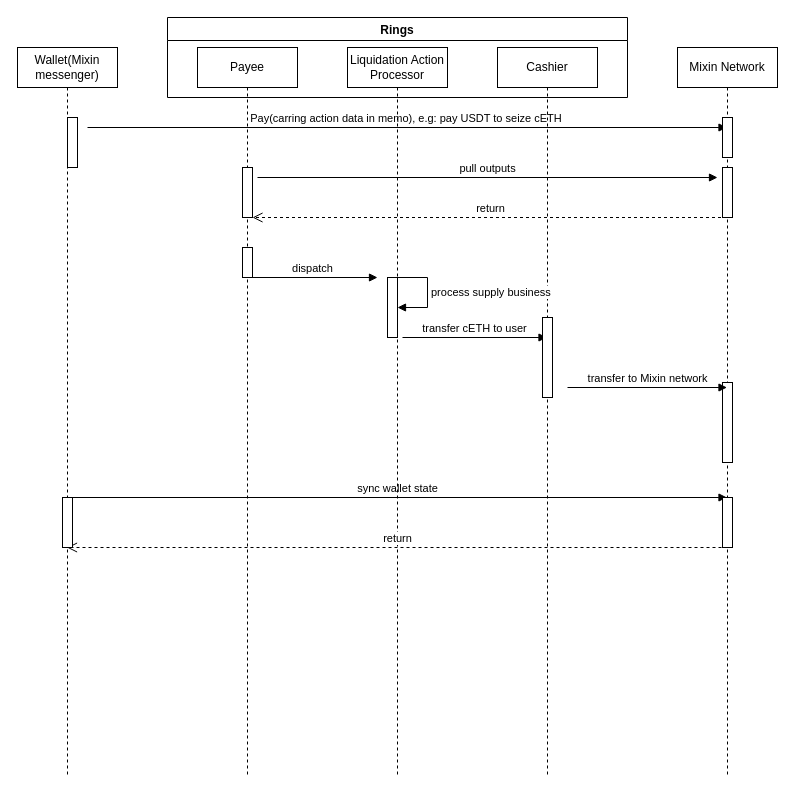
fox-one/compound keeps this draw.io diagram as docs/images/tl_liquidation.drawio. Above is the earlier version. Source tidied: cells renumbered, new cells numbered last; positions are measured from the earlier drawing's top-left corner, leaving out a move shared by most shapes. Both pictures are drawn from the tidied source at 100%, with x=0, y=0 at pixel (17, 17).
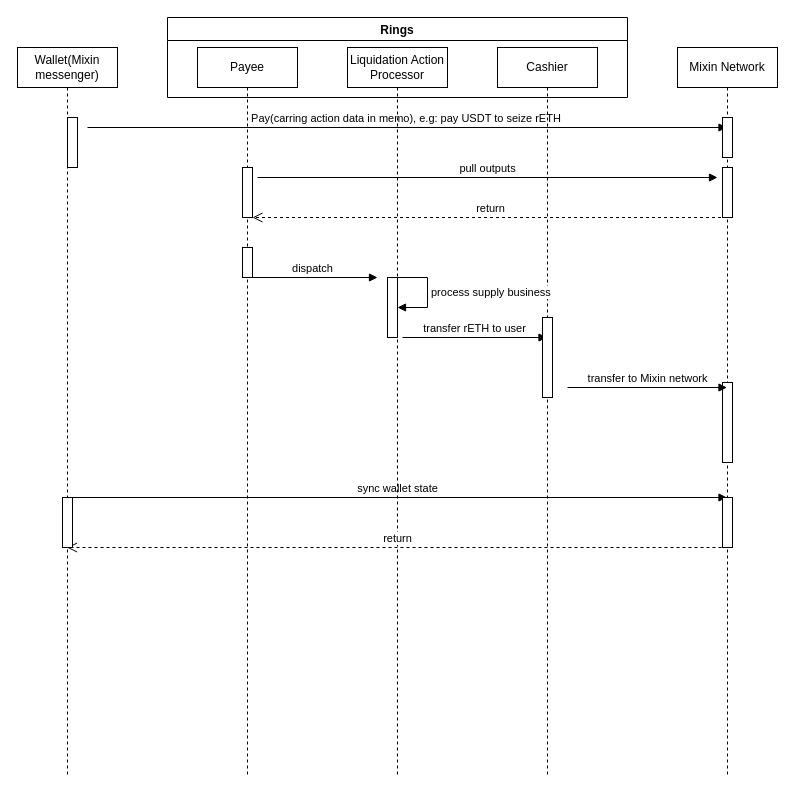
After the change.

The change refers to these unchanged cells:
```xml
<mxCell id="2" value="Wallet(Mixin messenger)" style="shape=umlLifeline;perimeter=lifelinePerimeter;whiteSpace=wrap;html=1;outlineConnect=0;" parent="1" vertex="1">
  <mxGeometry y="30" width="100" height="730" as="geometry" />
</mxCell>
<mxCell id="6" value="Mixin Network" style="shape=umlLifeline;perimeter=lifelinePerimeter;whiteSpace=wrap;html=1;outlineConnect=0;" parent="1" vertex="1">
  <mxGeometry x="660" y="30" width="100" height="730" as="geometry" />
</mxCell>
<mxCell id="9" value="Rings" style="swimlane;" parent="1" vertex="1">
  <mxGeometry x="150" width="460" height="80" as="geometry" />
</mxCell>
```

The edit, as a diff of the source:
```diff
@@
-    <mxCell id="4" value="Pay(carring action data in memo), e.g: pay USDT to seize cETH&amp;nbsp;" style="html=1;verticalAlign=bottom;endArrow=block;" parent="2" edge="1" target="6">
+    <mxCell id="4" value="Pay(carring action data in memo), e.g: pay USDT to seize rETH&amp;nbsp;" style="html=1;verticalAlign=bottom;endArrow=block;" parent="2" edge="1" target="6">
       <mxGeometry relative="1" as="geometry">
         <mxPoint x="70" y="80" as="sourcePoint" />
       </mxGeometry>
     </mxCell>
@@
-    <mxCell id="11" value="transfer cETH to user" style="html=1;verticalAlign=bottom;endArrow=block;" parent="9" edge="1">
+    <mxCell id="11" value="transfer rETH to user" style="html=1;verticalAlign=bottom;endArrow=block;" parent="9" edge="1">
       <mxGeometry relative="1" as="geometry">
         <mxPoint x="235" y="320" as="sourcePoint" />
         <mxPoint x="379.5" y="320" as="targetPoint" />
       </mxGeometry>
     </mxCell>
```
